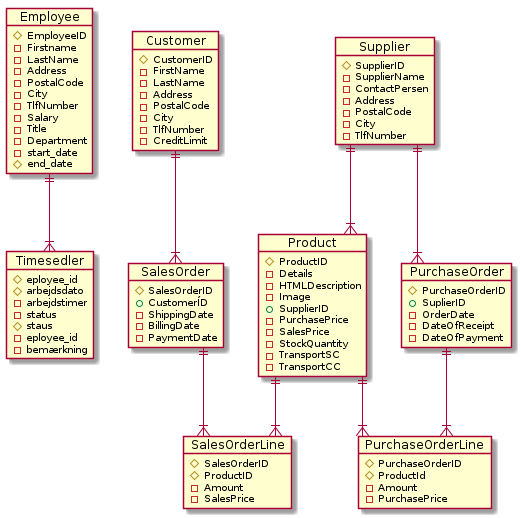
This is tabeller.png from GRP25/db, a PlantUML export, as it was before one commit.
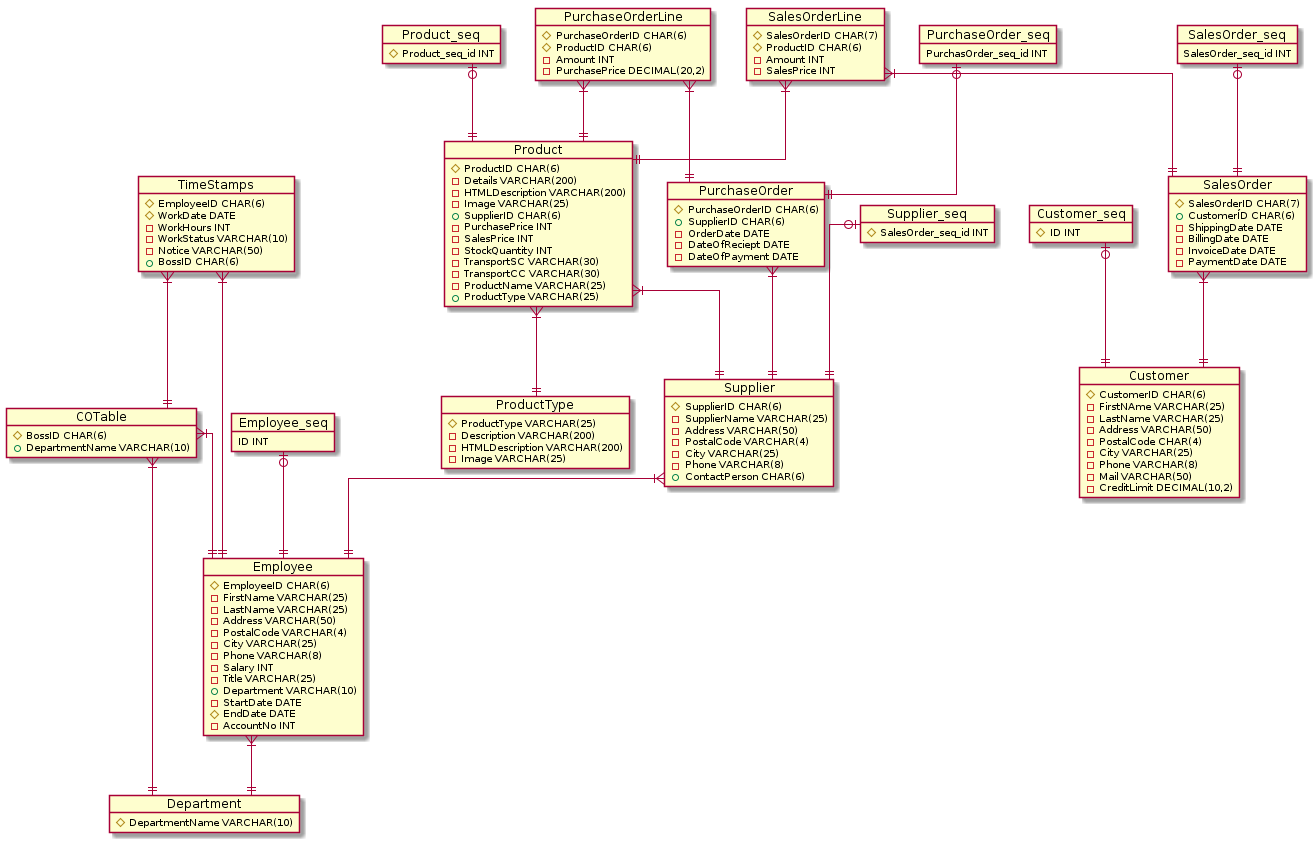
Above is the later version.

The edit, as a diff of the source:
```diff
@@ -1,94 +1,167 @@
 @startuml
-
 skinparam linetype ortho
 
-object Employee {
-    # EmployeeID
-    - Firstname
-    - LastName
-    - Address
-    - PostalCode
-    - City
-    - TlfNumber
-    - Salary
-    - Title
-    - Department
-    - start_date
-    # end_date
-}
-object Product {
-    # ProductID
-    - Details
-    - HTMLDescription
-    - Image
-    + SupplierID
-    - PurchasePrice
-    - SalesPrice
-    - StockQuantity
-    - TransportSC
-    - TransportCC
-}
-object Customer {
-    # CustomerID
-    - FirstName
-    - LastName
-    - Address
-    - PostalCode
-    - City
-    - TlfNumber
-    - CreditLimit
-}
-object SalesOrder {
-    # SalesOrderID
-    + CustomerÍD
-    - ShippingDate
-    - BillingDate
-    - PaymentDate
-}
-object SalesOrderLine {
-    # SalesOrderID
-    # ProductID
-    - Amount
-    - SalesPrice
-}
-object Supplier {
-    # SupplierID
-    - SupplierName
-    - ContactPersen
-    - Address
-    - PostalCode
-    - City
-    - TlfNumber
-}
-object PurchaseOrder {
-    # PurchaseOrderID
-    + SuplierID
-    - OrderDate
-    - DateOfReceipt
-    - DateOfPayment
-}
-object PurchaseOrderLine {
-    # PurchaseOrderID
-    # ProductId
-    - Amount
-    - PurchasePrice
-}
-object Timesedler {
-    # eployee_id
-    # arbejdsdato
-    - arbejdstimer
-    - status
-    # staus
-    - eployee_id
-    - bemærkning
+object COTable {
+    # BossID CHAR(6)
+    + DepartmentName VARCHAR(10)
 }
 
-PurchaseOrder ||--|{ PurchaseOrderLine
-Product ||--|{ PurchaseOrderLine
-Supplier ||--|{ Product
-Customer ||--|{ SalesOrder
-SalesOrder ||--|{ SalesOrderLine
-Product ||--|{ SalesOrderLine
-Supplier ||--|{ PurchaseOrder
-Employee ||--|{ Timesedler
+object Customer {
+    # CustomerID CHAR(6)
+    - FirstNAme VARCHAR(25)
+    - LastName VARCHAR(25)
+    - Address VARCHAR(50)
+    - PostalCode CHAR(4)
+    - City VARCHAR(25)
+    - Phone VARCHAR(8)
+    - Mail VARCHAR(50)
+    - CreditLimit DECIMAL(10,2)
+}
+
+object Customer_seq {
+    # ID INT
+}
+
+object Department {
+    # DepartmentName VARCHAR(10)
+}
+
+object Employee {
+    # EmployeeID CHAR(6)
+    - FirstName VARCHAR(25)
+    - LastName VARCHAR(25)
+    - Address VARCHAR(50)
+    - PostalCode VARCHAR(4)
+    - City VARCHAR(25)
+    - Phone VARCHAR(8)
+    - Salary INT
+    - Title VARCHAR(25)
+    + Department VARCHAR(10)
+    - StartDate DATE
+    # EndDate DATE
+    - AccountNo INT
+}
+
+object Employee_seq {
+    ID INT
+}
+
+object Product {
+    # ProductID CHAR(6)
+    - Details VARCHAR(200)
+    - HTMLDescription VARCHAR(200)
+    - Image VARCHAR(25)
+    + SupplierID CHAR(6)
+    - PurchasePrice INT
+    - SalesPrice INT
+    - StockQuantity INT
+    - TransportSC VARCHAR(30)
+    - TransportCC VARCHAR(30)
+    - ProductName VARCHAR(25)
+    + ProductType VARCHAR(25)
+}
+
+object Product_seq {
+    # Product_seq_id INT
+}
+
+object ProductType {
+    # ProductType VARCHAR(25)
+    - Description VARCHAR(200)
+    - HTMLDescription VARCHAR(200)
+    - Image VARCHAR(25)
+}
+
+object PurchaseOrder {
+    # PurchaseOrderID CHAR(6)
+    + SupplierID CHAR(6)
+    - OrderDate DATE
+    - DateOfReciept DATE
+    - DateOfPayment DATE
+}
+
+object PurchaseOrder_seq {
+    PurchasOrder_seq_id INT
+}
+
+object PurchaseOrderLine {
+    # PurchaseOrderID CHAR(6)
+    # ProductID CHAR(6)
+    - Amount INT
+    - PurchasePrice DECIMAL(20,2)
+}
+
+object SalesOrder {
+    # SalesOrderID CHAR(7)
+    + CustomerÍD CHAR(6)
+    - ShippingDate DATE
+    - BillingDate DATE
+    - InvoiceDate DATE
+    - PaymentDate DATE
+}
+
+object SalesOrder_seq {
+    SalesOrder_seq_id INT
+}
+
+object SalesOrderLine {
+    # SalesOrderID CHAR(7)
+    # ProductID CHAR(6)
+    - Amount INT
+    - SalesPrice INT
+}
+
+object Supplier {
+    # SupplierID CHAR(6)
+    - SupplierName VARCHAR(25)
+    - Address VARCHAR(50)
+    - PostalCode VARCHAR(4)
+    - City VARCHAR(25)
+    - Phone VARCHAR(8)
+    + ContactPerson CHAR(6)
+}
+
+object Supplier_seq {
+    # SalesOrder_seq_id INT
+}
+
+object TimeStamps {
+    # EmployeeID CHAR(6)
+    # WorkDate DATE
+    - WorkHours INT
+    - WorkStatus VARCHAR(10)
+    - Notice VARCHAR(50)
+    + BossID CHAR(6)
+}
+
+
+COTable }|--|| Employee
+COTable }|--|| Department
+
+Employee }|--|| Department
+
+Product }|--|| Supplier
+Product }|--|| ProductType
+
+PurchaseOrder }|--|| Supplier
+
+PurchaseOrderLine }|--|| PurchaseOrder
+PurchaseOrderLine }|--|| Product
+
+SalesOrder }|--|| Customer
+
+SalesOrderLine }|--|| SalesOrder
+SalesOrderLine }|--|| Product
+
+Supplier }|--|| Employee
+
+TimeStamps }|--|| Employee
+TimeStamps }|--|| COTable
+
+Customer_seq |o--|| Customer
+Employee_seq |o--|| Employee
+Product_seq |o--|| Product
+PurchaseOrder_seq |o--|| PurchaseOrder
+SalesOrder_seq |o--|| SalesOrder
+Supplier_seq |o--|| Supplier
 @enduml
```
